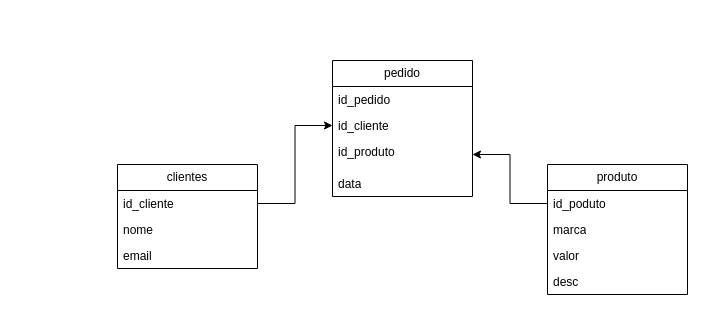
Before: UML.drawio in M4rquesGustavo/3ds, a draw.io diagram. Source tidied: cells renumbered, new cells numbered last; positions are measured from the earlier drawing's top-left corner, leaving out a move shared by most shapes. Both pictures are drawn from the tidied source at 100%, with x=0, y=0 at pixel (117, 60).
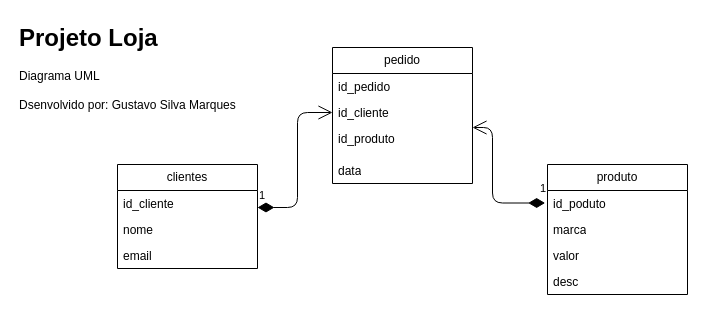
The same page after the edit.

The change refers to these unchanged cells:
```xml
<mxCell id="3" value="id_cliente" style="text;strokeColor=none;fillColor=none;align=left;verticalAlign=top;spacingLeft=4;spacingRight=4;overflow=hidden;points=[[0,0.5],[1,0.5]];portConstraint=eastwest;whiteSpace=wrap;html=1;rounded=0;" parent="2" vertex="1">
  <mxGeometry y="26" width="140" height="26" as="geometry" />
</mxCell>
<mxCell id="7" value="id_poduto" style="text;strokeColor=none;fillColor=none;align=left;verticalAlign=top;spacingLeft=4;spacingRight=4;overflow=hidden;points=[[0,0.5],[1,0.5]];portConstraint=eastwest;whiteSpace=wrap;html=1;rounded=0;" parent="6" vertex="1">
  <mxGeometry y="26" width="140" height="26" as="geometry" />
</mxCell>
<mxCell id="13" value="id_cliente" style="text;strokeColor=none;fillColor=none;align=left;verticalAlign=top;spacingLeft=4;spacingRight=4;overflow=hidden;points=[[0,0.5],[1,0.5]];portConstraint=eastwest;whiteSpace=wrap;html=1;rounded=0;" parent="11" vertex="1">
  <mxGeometry y="52" width="140" height="26" as="geometry" />
</mxCell>
<mxCell id="14" value="id_produto" style="text;strokeColor=none;fillColor=none;align=left;verticalAlign=top;spacingLeft=4;spacingRight=4;overflow=hidden;points=[[0,0.5],[1,0.5]];portConstraint=eastwest;whiteSpace=wrap;html=1;rounded=0;" parent="11" vertex="1">
  <mxGeometry y="78" width="140" height="32" as="geometry" />
</mxCell>
```

The edit, as a diff of the source:
```diff
@@
     <mxCell id="11" value="pedido" style="swimlane;fontStyle=0;horizontal=1;startSize=26;fillColor=none;whiteSpace=wrap;html=1;rounded=0;" parent="1" vertex="1">
-      <mxGeometry x="215" width="140" height="136" as="geometry" />
+      <mxGeometry x="215" y="-13" width="140" height="136" as="geometry" />
     </mxCell>
@@
-    <mxCell id="16" style="edgeStyle=orthogonalEdgeStyle;rounded=0;jettySize=auto;html=1;" parent="1" edge="1" source="3" target="13">
-      <mxGeometry relative="1" as="geometry" />
-    </mxCell>
-    <mxCell id="17" style="edgeStyle=orthogonalEdgeStyle;rounded=0;jettySize=auto;html=1;" parent="1" edge="1" source="7" target="14">
-      <mxGeometry relative="1" as="geometry" />
-    </mxCell>
+    <mxCell id="18" value="1" style="endArrow=open;html=1;endSize=12;startArrow=diamondThin;startSize=14;startFill=1;edgeStyle=orthogonalEdgeStyle;align=left;verticalAlign=bottom;entryX=0;entryY=0.5;entryDx=0;entryDy=0;" parent="1" edge="1" target="13">
+      <mxGeometry x="-1" y="3" relative="1" as="geometry">
+        <mxPoint x="140" y="147" as="sourcePoint" />
+        <Array as="points">
+          <mxPoint x="180" y="147" />
+          <mxPoint x="180" y="52" />
+        </Array>
+      </mxGeometry>
+    </mxCell>
+    <mxCell id="19" value="1" style="endArrow=open;html=1;endSize=12;startArrow=diamondThin;startSize=14;startFill=1;edgeStyle=orthogonalEdgeStyle;align=left;verticalAlign=bottom;entryX=1.036;entryY=0.063;entryDx=0;entryDy=0;entryPerimeter=0;exitX=-0.017;exitY=0.481;exitDx=0;exitDy=0;exitPerimeter=0;" parent="1" edge="1" source="7">
+      <mxGeometry x="-0.9" y="-6" relative="1" as="geometry">
+        <mxPoint x="355" y="67" as="targetPoint" />
+        <Array as="points">
+          <mxPoint x="375" y="143" />
+          <mxPoint x="375" y="67" />
+        </Array>
+      </mxGeometry>
+    </mxCell>
+    <mxCell id="20" value="&lt;h1 style=&quot;margin-top: 0px;&quot;&gt;Projeto Loja&lt;/h1&gt;&lt;div&gt;Diagrama UML&lt;/div&gt;&lt;div&gt;&lt;br&gt;&lt;/div&gt;&lt;div&gt;Dsenvolvido por: Gustavo Silva Marques&lt;/div&gt;" style="text;html=1;whiteSpace=wrap;overflow=hidden;rounded=0;" parent="1" vertex="1">
+      <mxGeometry x="-100" y="-43" width="240" height="120" as="geometry" />
+    </mxCell>
```
